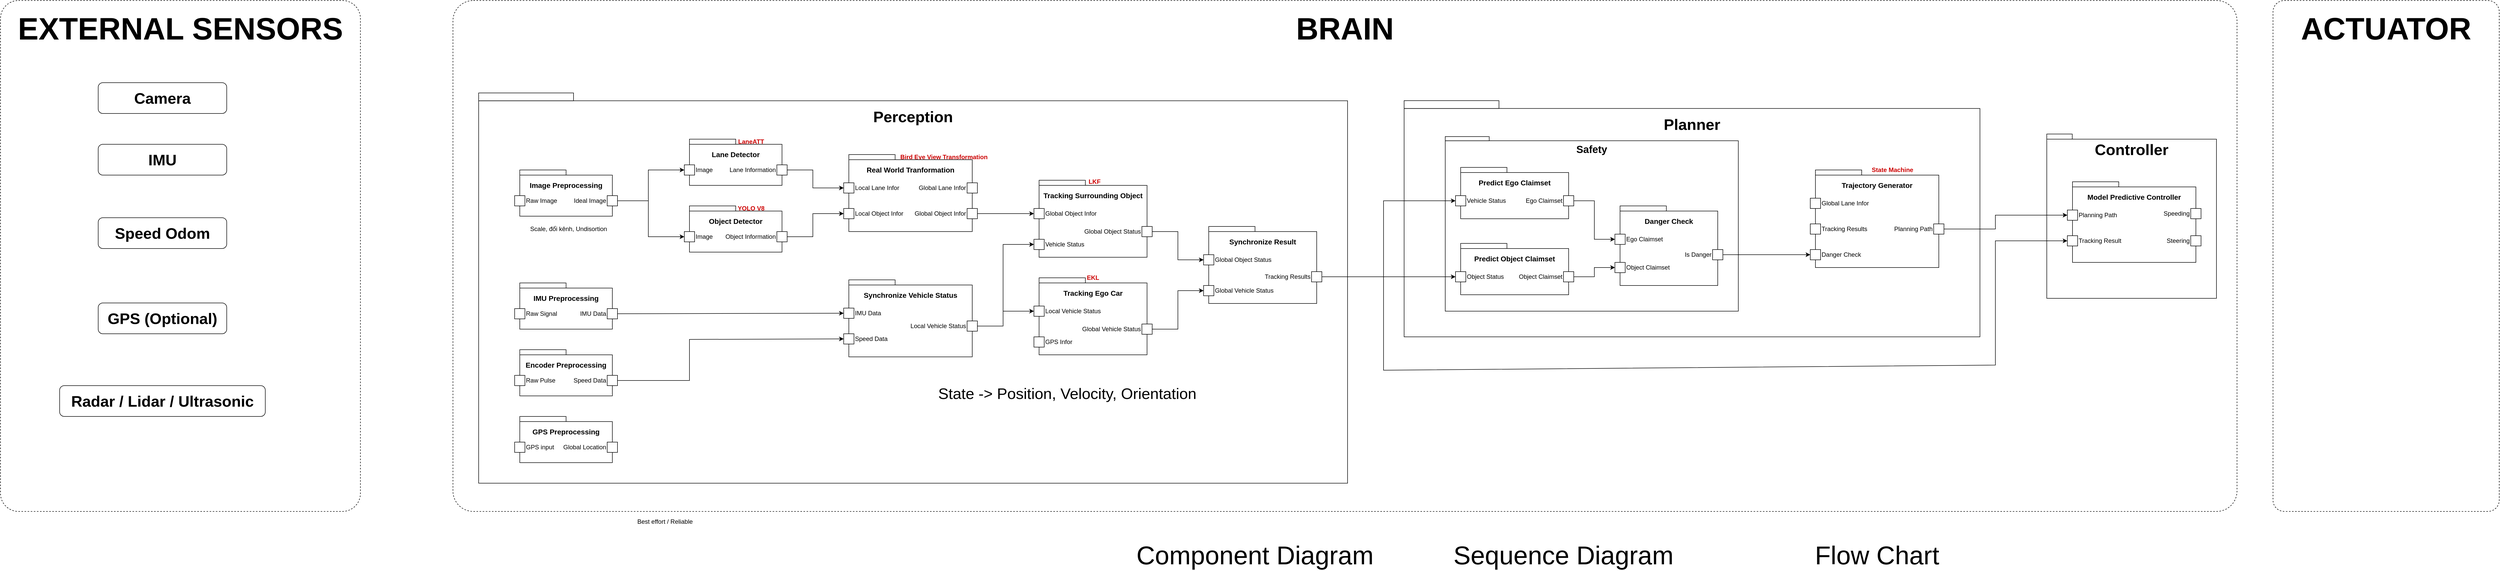
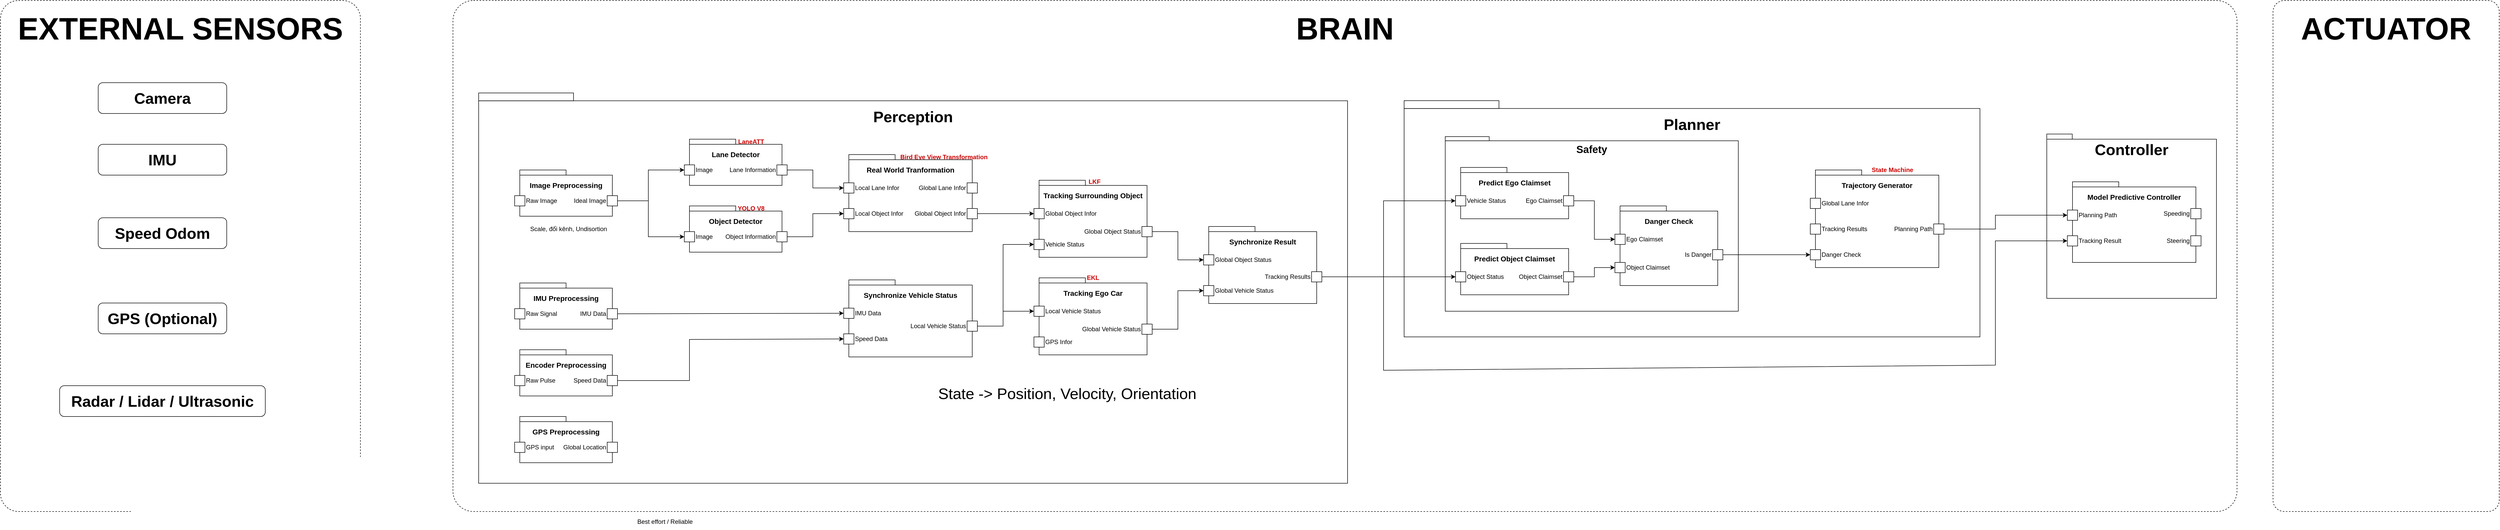
<mxfile host="65bd71144e" pages="2">
    <diagram name="General_Architecture" id="KcDiMC-I45c9lLN1iN-j">
-         <mxGraphModel dx="3758" dy="433" grid="1" gridSize="10" guides="1" tooltips="1" connect="1" arrows="1" fold="1" page="1" pageScale="1" pageWidth="850" pageHeight="1100" math="0" shadow="0">
+         <mxGraphModel dx="5651" dy="1609" grid="1" gridSize="10" guides="1" tooltips="1" connect="1" arrows="1" fold="1" page="1" pageScale="1" pageWidth="850" pageHeight="1100" math="0" shadow="0">
            <root>
                <mxCell id="0"/>
                <mxCell id="1" parent="0"/>
                <mxCell id="zwA29XqZP6eOPJeiwYX6-4" value="" style="rounded=1;whiteSpace=wrap;html=1;dashed=1;arcSize=4;" parent="1" vertex="1">
                    <mxGeometry x="-2440" y="10" width="3470" height="995" as="geometry"/>
                </mxCell>
                <mxCell id="zwA29XqZP6eOPJeiwYX6-354" value="" style="group" parent="1" connectable="0" vertex="1">
                    <mxGeometry x="660" y="270" width="330" height="320" as="geometry"/>
                </mxCell>
                <mxCell id="zwA29XqZP6eOPJeiwYX6-184" value="" style="rounded=0;whiteSpace=wrap;html=1;" parent="zwA29XqZP6eOPJeiwYX6-354" vertex="1">
                    <mxGeometry y="10" width="330" height="310" as="geometry"/>
                </mxCell>
                <mxCell id="zwA29XqZP6eOPJeiwYX6-185" value="" style="rounded=0;whiteSpace=wrap;html=1;" parent="zwA29XqZP6eOPJeiwYX6-354" vertex="1">
                    <mxGeometry width="49.50000000000001" height="10" as="geometry"/>
                </mxCell>
                <mxCell id="zwA29XqZP6eOPJeiwYX6-186" value="&lt;b style=&quot;&quot;&gt;&lt;font style=&quot;font-size: 30px;&quot;&gt;Controller&lt;/font&gt;&lt;/b&gt;" style="text;html=1;whiteSpace=wrap;strokeColor=none;fillColor=none;align=center;verticalAlign=middle;rounded=0;" parent="zwA29XqZP6eOPJeiwYX6-354" vertex="1">
                    <mxGeometry y="15" width="330" height="30" as="geometry"/>
                </mxCell>
                <mxCell id="zwA29XqZP6eOPJeiwYX6-165" value="" style="group" parent="1" connectable="0" vertex="1">
                    <mxGeometry x="-1330" y="310" width="630" height="640" as="geometry"/>
                </mxCell>
                <mxCell id="zwA29XqZP6eOPJeiwYX6-99" value="" style="rounded=0;whiteSpace=wrap;html=1;" parent="zwA29XqZP6eOPJeiwYX6-165" vertex="1">
                    <mxGeometry y="10" width="600" height="410" as="geometry"/>
                </mxCell>
                <mxCell id="zwA29XqZP6eOPJeiwYX6-100" value="" style="rounded=0;whiteSpace=wrap;html=1;" parent="zwA29XqZP6eOPJeiwYX6-165" vertex="1">
                    <mxGeometry width="90" height="10" as="geometry"/>
                </mxCell>
                <mxCell id="zwA29XqZP6eOPJeiwYX6-105" value="&lt;span style=&quot;font-size: 14px;&quot;&gt;&lt;b&gt;Tracking&lt;/b&gt;&lt;/span&gt;" style="text;html=1;whiteSpace=wrap;strokeColor=none;fillColor=none;align=center;verticalAlign=middle;rounded=0;" parent="zwA29XqZP6eOPJeiwYX6-165" vertex="1">
                    <mxGeometry y="15" width="600" height="30" as="geometry"/>
                </mxCell>
                <mxCell id="zwA29XqZP6eOPJeiwYX6-373" value="" style="group" parent="zwA29XqZP6eOPJeiwYX6-165" connectable="0" vertex="1">
                    <mxGeometry x="-1060" y="-120" width="1690" height="760" as="geometry"/>
                </mxCell>
                <mxCell id="zwA29XqZP6eOPJeiwYX6-363" value="" style="rounded=0;whiteSpace=wrap;html=1;movable=1;resizable=1;rotatable=1;deletable=1;editable=1;locked=0;connectable=1;" parent="zwA29XqZP6eOPJeiwYX6-373" vertex="1">
                    <mxGeometry y="15.240000000000009" width="1690" height="744.76" as="geometry"/>
                </mxCell>
                <mxCell id="zwA29XqZP6eOPJeiwYX6-364" value="" style="rounded=0;whiteSpace=wrap;html=1;" parent="zwA29XqZP6eOPJeiwYX6-373" vertex="1">
                    <mxGeometry width="184.5" height="15.238095238095237" as="geometry"/>
                </mxCell>
                <mxCell id="zwA29XqZP6eOPJeiwYX6-365" value="&lt;b style=&quot;&quot;&gt;&lt;font style=&quot;font-size: 30px;&quot;&gt;Perception&lt;/font&gt;&lt;/b&gt;" style="text;html=1;whiteSpace=wrap;strokeColor=none;fillColor=none;align=center;verticalAlign=middle;rounded=0;" parent="zwA29XqZP6eOPJeiwYX6-373" vertex="1">
                    <mxGeometry y="22.8599999999999" width="1690" height="45.71" as="geometry"/>
                </mxCell>
                <mxCell id="zwA29XqZP6eOPJeiwYX6-57" value="" style="group" parent="zwA29XqZP6eOPJeiwYX6-373" connectable="0" vertex="1">
                    <mxGeometry x="70" y="150" width="200" height="90" as="geometry"/>
                </mxCell>
                <mxCell id="zwA29XqZP6eOPJeiwYX6-50" value="" style="rounded=0;whiteSpace=wrap;html=1;" parent="zwA29XqZP6eOPJeiwYX6-57" vertex="1">
                    <mxGeometry x="10" y="10" width="180" height="80" as="geometry"/>
                </mxCell>
                <mxCell id="zwA29XqZP6eOPJeiwYX6-51" value="" style="rounded=0;whiteSpace=wrap;html=1;" parent="zwA29XqZP6eOPJeiwYX6-57" vertex="1">
                    <mxGeometry x="10" width="90" height="10" as="geometry"/>
                </mxCell>
                <mxCell id="zwA29XqZP6eOPJeiwYX6-52" value="" style="whiteSpace=wrap;html=1;aspect=fixed;" parent="zwA29XqZP6eOPJeiwYX6-57" vertex="1">
                    <mxGeometry y="50" width="20" height="20" as="geometry"/>
                </mxCell>
                <mxCell id="zwA29XqZP6eOPJeiwYX6-53" value="Raw Image" style="text;html=1;whiteSpace=wrap;strokeColor=none;fillColor=none;align=left;verticalAlign=middle;rounded=0;" parent="zwA29XqZP6eOPJeiwYX6-57" vertex="1">
                    <mxGeometry x="20" y="45" width="70" height="30" as="geometry"/>
                </mxCell>
                <mxCell id="zwA29XqZP6eOPJeiwYX6-54" value="" style="whiteSpace=wrap;html=1;aspect=fixed;" parent="zwA29XqZP6eOPJeiwYX6-57" vertex="1">
                    <mxGeometry x="180" y="50" width="20" height="20" as="geometry"/>
                </mxCell>
                <mxCell id="zwA29XqZP6eOPJeiwYX6-55" value="Ideal Image" style="text;html=1;whiteSpace=wrap;strokeColor=none;fillColor=none;align=right;verticalAlign=middle;rounded=0;" parent="zwA29XqZP6eOPJeiwYX6-57" vertex="1">
                    <mxGeometry x="110" y="45" width="70" height="30" as="geometry"/>
                </mxCell>
                <mxCell id="zwA29XqZP6eOPJeiwYX6-56" value="&lt;b&gt;&lt;font style=&quot;font-size: 14px;&quot;&gt;Image Preprocessing&lt;/font&gt;&lt;/b&gt;" style="text;html=1;whiteSpace=wrap;strokeColor=none;fillColor=none;align=center;verticalAlign=middle;rounded=0;" parent="zwA29XqZP6eOPJeiwYX6-57" vertex="1">
                    <mxGeometry x="10" y="15" width="180" height="30" as="geometry"/>
                </mxCell>
                <mxCell id="X4AOR_93v3K9nxn3Lkd5-9" value="Scale, đổi kênh, Undisortion" style="text;html=1;whiteSpace=wrap;strokeColor=none;fillColor=none;align=center;verticalAlign=middle;rounded=0;" parent="zwA29XqZP6eOPJeiwYX6-373" vertex="1">
                    <mxGeometry x="80" y="250" width="190" height="30" as="geometry"/>
                </mxCell>
                <mxCell id="X4AOR_93v3K9nxn3Lkd5-13" value="&lt;font style=&quot;font-size: 30px;&quot;&gt;State -&amp;gt; Position, Velocity, Orientation&lt;/font&gt;" style="text;html=1;whiteSpace=wrap;strokeColor=none;fillColor=none;align=center;verticalAlign=middle;rounded=0;" parent="zwA29XqZP6eOPJeiwYX6-373" vertex="1">
                    <mxGeometry x="860" y="570" width="570" height="30" as="geometry"/>
                </mxCell>
                <mxCell id="X4AOR_93v3K9nxn3Lkd5-35" value="&lt;b&gt;&lt;font style=&quot;color: rgb(204, 0, 0);&quot;&gt;LaneATT&lt;/font&gt;&lt;/b&gt;" style="text;html=1;whiteSpace=wrap;strokeColor=none;fillColor=none;align=center;verticalAlign=middle;rounded=0;" parent="zwA29XqZP6eOPJeiwYX6-373" vertex="1">
                    <mxGeometry x="500" y="80" width="60" height="30" as="geometry"/>
                </mxCell>
                <mxCell id="X4AOR_93v3K9nxn3Lkd5-55" value="&lt;b&gt;&lt;font style=&quot;color: rgb(204, 0, 0);&quot;&gt;YOLO V8&lt;/font&gt;&lt;/b&gt;" style="text;html=1;whiteSpace=wrap;strokeColor=none;fillColor=none;align=center;verticalAlign=middle;rounded=0;" parent="zwA29XqZP6eOPJeiwYX6-373" vertex="1">
                    <mxGeometry x="500" y="210" width="60" height="30" as="geometry"/>
                </mxCell>
                <mxCell id="X4AOR_93v3K9nxn3Lkd5-56" value="&lt;b&gt;&lt;font style=&quot;color: rgb(204, 0, 0);&quot;&gt;Bird Eye View Transformation&lt;/font&gt;&lt;/b&gt;" style="text;html=1;whiteSpace=wrap;strokeColor=none;fillColor=none;align=center;verticalAlign=middle;rounded=0;" parent="zwA29XqZP6eOPJeiwYX6-373" vertex="1">
                    <mxGeometry x="810" y="110" width="190" height="30" as="geometry"/>
                </mxCell>
                <mxCell id="X4AOR_93v3K9nxn3Lkd5-57" value="&lt;b&gt;&lt;font style=&quot;color: rgb(204, 0, 0);&quot;&gt;LKF&lt;/font&gt;&lt;/b&gt;" style="text;html=1;whiteSpace=wrap;strokeColor=none;fillColor=none;align=center;verticalAlign=middle;rounded=0;" parent="zwA29XqZP6eOPJeiwYX6-373" vertex="1">
                    <mxGeometry x="1176" y="158" width="44" height="30" as="geometry"/>
                </mxCell>
                <mxCell id="X4AOR_93v3K9nxn3Lkd5-58" value="&lt;b&gt;&lt;font style=&quot;color: rgb(204, 0, 0);&quot;&gt;EKL&lt;/font&gt;&lt;/b&gt;" style="text;html=1;whiteSpace=wrap;strokeColor=none;fillColor=none;align=center;verticalAlign=middle;rounded=0;" parent="zwA29XqZP6eOPJeiwYX6-373" vertex="1">
                    <mxGeometry x="1100" y="345" width="190" height="30" as="geometry"/>
                </mxCell>
                <mxCell id="zwA29XqZP6eOPJeiwYX6-26" value="" style="group" parent="1" connectable="0" vertex="1">
                    <mxGeometry x="-1990" y="280" width="200" height="90" as="geometry"/>
                </mxCell>
                <mxCell id="zwA29XqZP6eOPJeiwYX6-19" value="" style="rounded=0;whiteSpace=wrap;html=1;" parent="zwA29XqZP6eOPJeiwYX6-26" vertex="1">
                    <mxGeometry x="10" y="10" width="180" height="80" as="geometry"/>
                </mxCell>
                <mxCell id="zwA29XqZP6eOPJeiwYX6-20" value="" style="rounded=0;whiteSpace=wrap;html=1;" parent="zwA29XqZP6eOPJeiwYX6-26" vertex="1">
                    <mxGeometry x="10" width="90" height="10" as="geometry"/>
                </mxCell>
                <mxCell id="zwA29XqZP6eOPJeiwYX6-21" value="" style="whiteSpace=wrap;html=1;aspect=fixed;" parent="zwA29XqZP6eOPJeiwYX6-26" vertex="1">
                    <mxGeometry y="50" width="20" height="20" as="geometry"/>
                </mxCell>
                <mxCell id="zwA29XqZP6eOPJeiwYX6-22" value="Image" style="text;html=1;whiteSpace=wrap;strokeColor=none;fillColor=none;align=left;verticalAlign=middle;rounded=0;" parent="zwA29XqZP6eOPJeiwYX6-26" vertex="1">
                    <mxGeometry x="20" y="45" width="60" height="30" as="geometry"/>
                </mxCell>
                <mxCell id="zwA29XqZP6eOPJeiwYX6-23" value="" style="whiteSpace=wrap;html=1;aspect=fixed;" parent="zwA29XqZP6eOPJeiwYX6-26" vertex="1">
                    <mxGeometry x="180" y="50" width="20" height="20" as="geometry"/>
                </mxCell>
                <mxCell id="zwA29XqZP6eOPJeiwYX6-24" value="Lane Information" style="text;html=1;whiteSpace=wrap;strokeColor=none;fillColor=none;align=right;verticalAlign=middle;rounded=0;" parent="zwA29XqZP6eOPJeiwYX6-26" vertex="1">
                    <mxGeometry x="80" y="45" width="100" height="30" as="geometry"/>
                </mxCell>
                <mxCell id="zwA29XqZP6eOPJeiwYX6-25" value="&lt;b&gt;&lt;font style=&quot;font-size: 14px;&quot;&gt;Lane Detector&lt;/font&gt;&lt;/b&gt;" style="text;html=1;whiteSpace=wrap;strokeColor=none;fillColor=none;align=center;verticalAlign=middle;rounded=0;" parent="zwA29XqZP6eOPJeiwYX6-26" vertex="1">
                    <mxGeometry x="10" y="15" width="180" height="30" as="geometry"/>
                </mxCell>
                <mxCell id="zwA29XqZP6eOPJeiwYX6-35" value="" style="rounded=0;whiteSpace=wrap;html=1;" parent="1" vertex="1">
                    <mxGeometry x="-1980" y="420" width="180" height="80" as="geometry"/>
                </mxCell>
                <mxCell id="zwA29XqZP6eOPJeiwYX6-36" value="" style="rounded=0;whiteSpace=wrap;html=1;" parent="1" vertex="1">
                    <mxGeometry x="-1980" y="410" width="90" height="10" as="geometry"/>
                </mxCell>
                <mxCell id="zwA29XqZP6eOPJeiwYX6-37" value="" style="whiteSpace=wrap;html=1;aspect=fixed;" parent="1" vertex="1">
                    <mxGeometry x="-1990" y="460" width="20" height="20" as="geometry"/>
                </mxCell>
                <mxCell id="zwA29XqZP6eOPJeiwYX6-38" value="Image" style="text;html=1;whiteSpace=wrap;strokeColor=none;fillColor=none;align=left;verticalAlign=middle;rounded=0;" parent="1" vertex="1">
                    <mxGeometry x="-1970" y="455" width="60" height="30" as="geometry"/>
                </mxCell>
                <mxCell id="zwA29XqZP6eOPJeiwYX6-39" value="" style="whiteSpace=wrap;html=1;aspect=fixed;" parent="1" vertex="1">
                    <mxGeometry x="-1810" y="460" width="20" height="20" as="geometry"/>
                </mxCell>
                <mxCell id="zwA29XqZP6eOPJeiwYX6-40" value="Object Information" style="text;html=1;whiteSpace=wrap;strokeColor=none;fillColor=none;align=right;verticalAlign=middle;rounded=0;" parent="1" vertex="1">
                    <mxGeometry x="-1920" y="455" width="110" height="30" as="geometry"/>
                </mxCell>
                <mxCell id="zwA29XqZP6eOPJeiwYX6-41" value="&lt;b&gt;&lt;font style=&quot;font-size: 14px;&quot;&gt;Object Detector&lt;/font&gt;&lt;/b&gt;" style="text;html=1;whiteSpace=wrap;strokeColor=none;fillColor=none;align=center;verticalAlign=middle;rounded=0;" parent="1" vertex="1">
                    <mxGeometry x="-1980" y="425" width="180" height="30" as="geometry"/>
                </mxCell>
                <mxCell id="zwA29XqZP6eOPJeiwYX6-69" value="" style="group" parent="1" connectable="0" vertex="1">
                    <mxGeometry x="-1680" y="310" width="260" height="150" as="geometry"/>
                </mxCell>
                <mxCell id="zwA29XqZP6eOPJeiwYX6-58" value="" style="rounded=0;whiteSpace=wrap;html=1;" parent="zwA29XqZP6eOPJeiwYX6-69" vertex="1">
                    <mxGeometry x="10" y="10" width="240" height="140" as="geometry"/>
                </mxCell>
                <mxCell id="zwA29XqZP6eOPJeiwYX6-59" value="" style="rounded=0;whiteSpace=wrap;html=1;" parent="zwA29XqZP6eOPJeiwYX6-69" vertex="1">
                    <mxGeometry x="10" width="90" height="10" as="geometry"/>
                </mxCell>
                <mxCell id="zwA29XqZP6eOPJeiwYX6-60" value="" style="whiteSpace=wrap;html=1;aspect=fixed;" parent="zwA29XqZP6eOPJeiwYX6-69" vertex="1">
                    <mxGeometry y="55" width="20" height="20" as="geometry"/>
                </mxCell>
                <mxCell id="zwA29XqZP6eOPJeiwYX6-61" value="Local Lane Infor" style="text;html=1;whiteSpace=wrap;strokeColor=none;fillColor=none;align=left;verticalAlign=middle;rounded=0;" parent="zwA29XqZP6eOPJeiwYX6-69" vertex="1">
                    <mxGeometry x="20" y="50" width="90" height="30" as="geometry"/>
                </mxCell>
                <mxCell id="zwA29XqZP6eOPJeiwYX6-62" value="" style="whiteSpace=wrap;html=1;aspect=fixed;" parent="zwA29XqZP6eOPJeiwYX6-69" vertex="1">
                    <mxGeometry x="240" y="55" width="20" height="20" as="geometry"/>
                </mxCell>
                <mxCell id="zwA29XqZP6eOPJeiwYX6-63" value="&lt;span style=&quot;text-align: left;&quot;&gt;Global Lane Infor&lt;/span&gt;" style="text;html=1;whiteSpace=wrap;strokeColor=none;fillColor=none;align=right;verticalAlign=middle;rounded=0;" parent="zwA29XqZP6eOPJeiwYX6-69" vertex="1">
                    <mxGeometry x="130" y="50" width="110" height="30" as="geometry"/>
                </mxCell>
                <mxCell id="zwA29XqZP6eOPJeiwYX6-64" value="&lt;span style=&quot;font-size: 14px;&quot;&gt;&lt;b&gt;Real World Tranformation&lt;/b&gt;&lt;/span&gt;" style="text;html=1;whiteSpace=wrap;strokeColor=none;fillColor=none;align=center;verticalAlign=middle;rounded=0;" parent="zwA29XqZP6eOPJeiwYX6-69" vertex="1">
                    <mxGeometry x="10" y="15" width="240" height="30" as="geometry"/>
                </mxCell>
                <mxCell id="zwA29XqZP6eOPJeiwYX6-65" value="" style="whiteSpace=wrap;html=1;aspect=fixed;" parent="zwA29XqZP6eOPJeiwYX6-69" vertex="1">
                    <mxGeometry y="105" width="20" height="20" as="geometry"/>
                </mxCell>
                <mxCell id="zwA29XqZP6eOPJeiwYX6-66" value="Local Object Infor" style="text;html=1;whiteSpace=wrap;strokeColor=none;fillColor=none;align=left;verticalAlign=middle;rounded=0;" parent="zwA29XqZP6eOPJeiwYX6-69" vertex="1">
                    <mxGeometry x="20" y="100" width="100" height="30" as="geometry"/>
                </mxCell>
                <mxCell id="zwA29XqZP6eOPJeiwYX6-67" value="" style="whiteSpace=wrap;html=1;aspect=fixed;" parent="zwA29XqZP6eOPJeiwYX6-69" vertex="1">
                    <mxGeometry x="240" y="105" width="20" height="20" as="geometry"/>
                </mxCell>
                <mxCell id="zwA29XqZP6eOPJeiwYX6-68" value="&lt;span style=&quot;text-align: left;&quot;&gt;Global Object Infor&lt;/span&gt;" style="text;html=1;whiteSpace=wrap;strokeColor=none;fillColor=none;align=right;verticalAlign=middle;rounded=0;" parent="zwA29XqZP6eOPJeiwYX6-69" vertex="1">
                    <mxGeometry x="130" y="100" width="110" height="30" as="geometry"/>
                </mxCell>
                <mxCell id="zwA29XqZP6eOPJeiwYX6-70" value="" style="group" parent="1" connectable="0" vertex="1">
                    <mxGeometry x="-2320" y="560" width="200" height="90" as="geometry"/>
                </mxCell>
                <mxCell id="zwA29XqZP6eOPJeiwYX6-71" value="" style="rounded=0;whiteSpace=wrap;html=1;" parent="zwA29XqZP6eOPJeiwYX6-70" vertex="1">
                    <mxGeometry x="10" y="10" width="180" height="80" as="geometry"/>
                </mxCell>
                <mxCell id="zwA29XqZP6eOPJeiwYX6-72" value="" style="rounded=0;whiteSpace=wrap;html=1;" parent="zwA29XqZP6eOPJeiwYX6-70" vertex="1">
                    <mxGeometry x="10" width="90" height="10" as="geometry"/>
                </mxCell>
                <mxCell id="zwA29XqZP6eOPJeiwYX6-73" value="" style="whiteSpace=wrap;html=1;aspect=fixed;" parent="zwA29XqZP6eOPJeiwYX6-70" vertex="1">
                    <mxGeometry y="50" width="20" height="20" as="geometry"/>
                </mxCell>
                <mxCell id="zwA29XqZP6eOPJeiwYX6-74" value="Raw Signal" style="text;html=1;whiteSpace=wrap;strokeColor=none;fillColor=none;align=left;verticalAlign=middle;rounded=0;" parent="zwA29XqZP6eOPJeiwYX6-70" vertex="1">
                    <mxGeometry x="20" y="45" width="70" height="30" as="geometry"/>
                </mxCell>
                <mxCell id="zwA29XqZP6eOPJeiwYX6-75" value="" style="whiteSpace=wrap;html=1;aspect=fixed;" parent="zwA29XqZP6eOPJeiwYX6-70" vertex="1">
                    <mxGeometry x="180" y="50" width="20" height="20" as="geometry"/>
                </mxCell>
                <mxCell id="zwA29XqZP6eOPJeiwYX6-76" value="IMU Data" style="text;html=1;whiteSpace=wrap;strokeColor=none;fillColor=none;align=right;verticalAlign=middle;rounded=0;" parent="zwA29XqZP6eOPJeiwYX6-70" vertex="1">
                    <mxGeometry x="110" y="45" width="70" height="30" as="geometry"/>
                </mxCell>
                <mxCell id="zwA29XqZP6eOPJeiwYX6-77" value="&lt;b&gt;&lt;font style=&quot;font-size: 14px;&quot;&gt;IMU Preprocessing&lt;/font&gt;&lt;/b&gt;" style="text;html=1;whiteSpace=wrap;strokeColor=none;fillColor=none;align=center;verticalAlign=middle;rounded=0;" parent="zwA29XqZP6eOPJeiwYX6-70" vertex="1">
                    <mxGeometry x="10" y="15" width="180" height="30" as="geometry"/>
                </mxCell>
                <mxCell id="zwA29XqZP6eOPJeiwYX6-78" value="" style="group" parent="1" connectable="0" vertex="1">
                    <mxGeometry x="-2320" y="820" width="200" height="90" as="geometry"/>
                </mxCell>
                <mxCell id="zwA29XqZP6eOPJeiwYX6-79" value="" style="rounded=0;whiteSpace=wrap;html=1;" parent="zwA29XqZP6eOPJeiwYX6-78" vertex="1">
                    <mxGeometry x="10" y="10" width="180" height="80" as="geometry"/>
                </mxCell>
                <mxCell id="zwA29XqZP6eOPJeiwYX6-80" value="" style="rounded=0;whiteSpace=wrap;html=1;" parent="zwA29XqZP6eOPJeiwYX6-78" vertex="1">
                    <mxGeometry x="10" width="90" height="10" as="geometry"/>
                </mxCell>
                <mxCell id="zwA29XqZP6eOPJeiwYX6-81" value="" style="whiteSpace=wrap;html=1;aspect=fixed;" parent="zwA29XqZP6eOPJeiwYX6-78" vertex="1">
                    <mxGeometry y="50" width="20" height="20" as="geometry"/>
                </mxCell>
                <mxCell id="zwA29XqZP6eOPJeiwYX6-82" value="GPS input" style="text;html=1;whiteSpace=wrap;strokeColor=none;fillColor=none;align=left;verticalAlign=middle;rounded=0;" parent="zwA29XqZP6eOPJeiwYX6-78" vertex="1">
                    <mxGeometry x="20" y="45" width="70" height="30" as="geometry"/>
                </mxCell>
                <mxCell id="zwA29XqZP6eOPJeiwYX6-83" value="" style="whiteSpace=wrap;html=1;aspect=fixed;" parent="zwA29XqZP6eOPJeiwYX6-78" vertex="1">
                    <mxGeometry x="180" y="50" width="20" height="20" as="geometry"/>
                </mxCell>
                <mxCell id="zwA29XqZP6eOPJeiwYX6-84" value="Global Location" style="text;html=1;whiteSpace=wrap;strokeColor=none;fillColor=none;align=right;verticalAlign=middle;rounded=0;" parent="zwA29XqZP6eOPJeiwYX6-78" vertex="1">
                    <mxGeometry x="90" y="45" width="90" height="30" as="geometry"/>
                </mxCell>
                <mxCell id="zwA29XqZP6eOPJeiwYX6-85" value="&lt;b&gt;&lt;font style=&quot;font-size: 14px;&quot;&gt;GPS Preprocessing&lt;/font&gt;&lt;/b&gt;" style="text;html=1;whiteSpace=wrap;strokeColor=none;fillColor=none;align=center;verticalAlign=middle;rounded=0;" parent="zwA29XqZP6eOPJeiwYX6-78" vertex="1">
                    <mxGeometry x="10" y="15" width="180" height="30" as="geometry"/>
                </mxCell>
                <mxCell id="zwA29XqZP6eOPJeiwYX6-113" value="" style="rounded=0;whiteSpace=wrap;html=1;" parent="1" vertex="1">
                    <mxGeometry x="-1300" y="370" width="210" height="140" as="geometry"/>
                </mxCell>
                <mxCell id="zwA29XqZP6eOPJeiwYX6-114" value="" style="rounded=0;whiteSpace=wrap;html=1;" parent="1" vertex="1">
                    <mxGeometry x="-1300" y="360" width="90" height="10" as="geometry"/>
                </mxCell>
                <mxCell id="zwA29XqZP6eOPJeiwYX6-115" value="" style="whiteSpace=wrap;html=1;aspect=fixed;" parent="1" vertex="1">
                    <mxGeometry x="-1310" y="415" width="20" height="20" as="geometry"/>
                </mxCell>
                <mxCell id="zwA29XqZP6eOPJeiwYX6-116" value="Global Object Infor" style="text;html=1;whiteSpace=wrap;strokeColor=none;fillColor=none;align=left;verticalAlign=middle;rounded=0;" parent="1" vertex="1">
                    <mxGeometry x="-1290" y="410" width="110" height="30" as="geometry"/>
                </mxCell>
                <mxCell id="zwA29XqZP6eOPJeiwYX6-117" value="" style="whiteSpace=wrap;html=1;aspect=fixed;" parent="1" vertex="1">
                    <mxGeometry x="-1100" y="450" width="20" height="20" as="geometry"/>
                </mxCell>
                <mxCell id="zwA29XqZP6eOPJeiwYX6-118" value="&lt;span style=&quot;text-align: left;&quot;&gt;Global Object Status&lt;/span&gt;" style="text;html=1;whiteSpace=wrap;strokeColor=none;fillColor=none;align=right;verticalAlign=middle;rounded=0;" parent="1" vertex="1">
                    <mxGeometry x="-1220" y="445" width="120" height="30" as="geometry"/>
                </mxCell>
                <mxCell id="zwA29XqZP6eOPJeiwYX6-119" value="&lt;span style=&quot;font-size: 14px;&quot;&gt;&lt;b&gt;Tracking Surrounding Object&lt;/b&gt;&lt;/span&gt;" style="text;html=1;whiteSpace=wrap;strokeColor=none;fillColor=none;align=center;verticalAlign=middle;rounded=0;" parent="1" vertex="1">
                    <mxGeometry x="-1300" y="375" width="210" height="30" as="geometry"/>
                </mxCell>
                <mxCell id="zwA29XqZP6eOPJeiwYX6-120" value="" style="whiteSpace=wrap;html=1;aspect=fixed;" parent="1" vertex="1">
                    <mxGeometry x="-1310" y="475" width="20" height="20" as="geometry"/>
                </mxCell>
                <mxCell id="zwA29XqZP6eOPJeiwYX6-121" value="Vehicle Status" style="text;html=1;whiteSpace=wrap;strokeColor=none;fillColor=none;align=left;verticalAlign=middle;rounded=0;" parent="1" vertex="1">
                    <mxGeometry x="-1290" y="470" width="100" height="30" as="geometry"/>
                </mxCell>
                <mxCell id="zwA29XqZP6eOPJeiwYX6-146" value="" style="rounded=0;whiteSpace=wrap;html=1;" parent="1" vertex="1">
                    <mxGeometry x="-1300" y="560" width="210" height="140" as="geometry"/>
                </mxCell>
                <mxCell id="zwA29XqZP6eOPJeiwYX6-147" value="" style="rounded=0;whiteSpace=wrap;html=1;" parent="1" vertex="1">
                    <mxGeometry x="-1300" y="550" width="90" height="10" as="geometry"/>
                </mxCell>
                <mxCell id="zwA29XqZP6eOPJeiwYX6-148" value="" style="whiteSpace=wrap;html=1;aspect=fixed;" parent="1" vertex="1">
                    <mxGeometry x="-1310" y="605" width="20" height="20" as="geometry"/>
                </mxCell>
                <mxCell id="zwA29XqZP6eOPJeiwYX6-149" value="Local Vehicle Status" style="text;html=1;whiteSpace=wrap;strokeColor=none;fillColor=none;align=left;verticalAlign=middle;rounded=0;" parent="1" vertex="1">
                    <mxGeometry x="-1290" y="600" width="120" height="30" as="geometry"/>
                </mxCell>
                <mxCell id="zwA29XqZP6eOPJeiwYX6-150" value="" style="whiteSpace=wrap;html=1;aspect=fixed;" parent="1" vertex="1">
                    <mxGeometry x="-1100" y="640" width="20" height="20" as="geometry"/>
                </mxCell>
                <mxCell id="zwA29XqZP6eOPJeiwYX6-151" value="&lt;div style=&quot;text-align: left;&quot;&gt;&lt;span style=&quot;background-color: transparent; color: light-dark(rgb(0, 0, 0), rgb(255, 255, 255));&quot;&gt;Global Vehicle Status&lt;/span&gt;&lt;/div&gt;" style="text;html=1;whiteSpace=wrap;strokeColor=none;fillColor=none;align=right;verticalAlign=middle;rounded=0;" parent="1" vertex="1">
                    <mxGeometry x="-1220" y="635" width="120" height="30" as="geometry"/>
                </mxCell>
                <mxCell id="zwA29XqZP6eOPJeiwYX6-152" value="&lt;span style=&quot;font-size: 14px;&quot;&gt;&lt;b&gt;Tracking Ego Car&lt;/b&gt;&lt;/span&gt;" style="text;html=1;whiteSpace=wrap;strokeColor=none;fillColor=none;align=center;verticalAlign=middle;rounded=0;" parent="1" vertex="1">
                    <mxGeometry x="-1300" y="565" width="210" height="30" as="geometry"/>
                </mxCell>
                <mxCell id="zwA29XqZP6eOPJeiwYX6-153" value="" style="whiteSpace=wrap;html=1;aspect=fixed;" parent="1" vertex="1">
                    <mxGeometry x="-1310" y="665" width="20" height="20" as="geometry"/>
                </mxCell>
                <mxCell id="zwA29XqZP6eOPJeiwYX6-154" value="GPS Infor" style="text;html=1;whiteSpace=wrap;strokeColor=none;fillColor=none;align=left;verticalAlign=middle;rounded=0;" parent="1" vertex="1">
                    <mxGeometry x="-1290" y="660" width="100" height="30" as="geometry"/>
                </mxCell>
                <mxCell id="zwA29XqZP6eOPJeiwYX6-156" value="" style="rounded=0;whiteSpace=wrap;html=1;" parent="1" vertex="1">
                    <mxGeometry x="-970" y="460" width="210" height="140" as="geometry"/>
                </mxCell>
                <mxCell id="zwA29XqZP6eOPJeiwYX6-157" value="" style="rounded=0;whiteSpace=wrap;html=1;" parent="1" vertex="1">
                    <mxGeometry x="-970" y="450" width="90" height="10" as="geometry"/>
                </mxCell>
                <mxCell id="zwA29XqZP6eOPJeiwYX6-158" value="" style="whiteSpace=wrap;html=1;aspect=fixed;" parent="1" vertex="1">
                    <mxGeometry x="-980" y="505" width="20" height="20" as="geometry"/>
                </mxCell>
                <mxCell id="zwA29XqZP6eOPJeiwYX6-159" value="Global Object Status" style="text;html=1;whiteSpace=wrap;strokeColor=none;fillColor=none;align=left;verticalAlign=middle;rounded=0;" parent="1" vertex="1">
                    <mxGeometry x="-960" y="500" width="130" height="30" as="geometry"/>
                </mxCell>
                <mxCell id="zwA29XqZP6eOPJeiwYX6-160" value="" style="whiteSpace=wrap;html=1;aspect=fixed;" parent="1" vertex="1">
                    <mxGeometry x="-770" y="538" width="20" height="20" as="geometry"/>
                </mxCell>
                <mxCell id="zwA29XqZP6eOPJeiwYX6-161" value="&lt;div style=&quot;text-align: left;&quot;&gt;&lt;span style=&quot;background-color: transparent; color: light-dark(rgb(0, 0, 0), rgb(255, 255, 255));&quot;&gt;Tracking Results&lt;/span&gt;&lt;/div&gt;" style="text;html=1;whiteSpace=wrap;strokeColor=none;fillColor=none;align=right;verticalAlign=middle;rounded=0;" parent="1" vertex="1">
                    <mxGeometry x="-880" y="533" width="110" height="30" as="geometry"/>
                </mxCell>
                <mxCell id="zwA29XqZP6eOPJeiwYX6-162" value="&lt;span style=&quot;font-size: 14px;&quot;&gt;&lt;b&gt;Synchronize Result&lt;/b&gt;&lt;/span&gt;" style="text;html=1;whiteSpace=wrap;strokeColor=none;fillColor=none;align=center;verticalAlign=middle;rounded=0;" parent="1" vertex="1">
                    <mxGeometry x="-970" y="465" width="210" height="30" as="geometry"/>
                </mxCell>
                <mxCell id="zwA29XqZP6eOPJeiwYX6-163" value="" style="whiteSpace=wrap;html=1;aspect=fixed;" parent="1" vertex="1">
                    <mxGeometry x="-980" y="565" width="20" height="20" as="geometry"/>
                </mxCell>
                <mxCell id="zwA29XqZP6eOPJeiwYX6-164" value="Global Vehicle Status" style="text;html=1;whiteSpace=wrap;strokeColor=none;fillColor=none;align=left;verticalAlign=middle;rounded=0;" parent="1" vertex="1">
                    <mxGeometry x="-960" y="560" width="120" height="30" as="geometry"/>
                </mxCell>
                <mxCell id="zwA29XqZP6eOPJeiwYX6-189" value="" style="group" parent="1" connectable="0" vertex="1">
                    <mxGeometry x="-1680" y="554" width="260" height="150" as="geometry"/>
                </mxCell>
                <mxCell id="zwA29XqZP6eOPJeiwYX6-168" value="" style="rounded=0;whiteSpace=wrap;html=1;" parent="zwA29XqZP6eOPJeiwYX6-189" vertex="1">
                    <mxGeometry x="10" y="10" width="240" height="140" as="geometry"/>
                </mxCell>
                <mxCell id="zwA29XqZP6eOPJeiwYX6-169" value="" style="rounded=0;whiteSpace=wrap;html=1;" parent="zwA29XqZP6eOPJeiwYX6-189" vertex="1">
                    <mxGeometry x="10" width="90" height="10" as="geometry"/>
                </mxCell>
                <mxCell id="zwA29XqZP6eOPJeiwYX6-170" value="" style="whiteSpace=wrap;html=1;aspect=fixed;" parent="zwA29XqZP6eOPJeiwYX6-189" vertex="1">
                    <mxGeometry y="55" width="20" height="20" as="geometry"/>
                </mxCell>
                <mxCell id="zwA29XqZP6eOPJeiwYX6-171" value="IMU Data" style="text;html=1;whiteSpace=wrap;strokeColor=none;fillColor=none;align=left;verticalAlign=middle;rounded=0;" parent="zwA29XqZP6eOPJeiwYX6-189" vertex="1">
                    <mxGeometry x="20" y="50" width="90" height="30" as="geometry"/>
                </mxCell>
                <mxCell id="zwA29XqZP6eOPJeiwYX6-172" value="" style="whiteSpace=wrap;html=1;aspect=fixed;" parent="zwA29XqZP6eOPJeiwYX6-189" vertex="1">
                    <mxGeometry x="240" y="80" width="20" height="20" as="geometry"/>
                </mxCell>
                <mxCell id="zwA29XqZP6eOPJeiwYX6-173" value="&lt;div style=&quot;text-align: left;&quot;&gt;&lt;span style=&quot;background-color: transparent; color: light-dark(rgb(0, 0, 0), rgb(255, 255, 255));&quot;&gt;Local Vehicle Status&lt;/span&gt;&lt;/div&gt;" style="text;html=1;whiteSpace=wrap;strokeColor=none;fillColor=none;align=right;verticalAlign=middle;rounded=0;" parent="zwA29XqZP6eOPJeiwYX6-189" vertex="1">
                    <mxGeometry x="120" y="75" width="120" height="30" as="geometry"/>
                </mxCell>
                <mxCell id="zwA29XqZP6eOPJeiwYX6-174" value="&lt;span style=&quot;font-size: 14px;&quot;&gt;&lt;b&gt;Synchronize Vehicle Status&lt;/b&gt;&lt;/span&gt;" style="text;html=1;whiteSpace=wrap;strokeColor=none;fillColor=none;align=center;verticalAlign=middle;rounded=0;" parent="zwA29XqZP6eOPJeiwYX6-189" vertex="1">
                    <mxGeometry x="10" y="15" width="240" height="30" as="geometry"/>
                </mxCell>
                <mxCell id="zwA29XqZP6eOPJeiwYX6-175" value="" style="whiteSpace=wrap;html=1;aspect=fixed;" parent="zwA29XqZP6eOPJeiwYX6-189" vertex="1">
                    <mxGeometry y="105" width="20" height="20" as="geometry"/>
                </mxCell>
                <mxCell id="zwA29XqZP6eOPJeiwYX6-176" value="Speed Data" style="text;html=1;whiteSpace=wrap;strokeColor=none;fillColor=none;align=left;verticalAlign=middle;rounded=0;" parent="zwA29XqZP6eOPJeiwYX6-189" vertex="1">
                    <mxGeometry x="20" y="100" width="100" height="30" as="geometry"/>
                </mxCell>
                <mxCell id="zwA29XqZP6eOPJeiwYX6-337" value="" style="rounded=0;whiteSpace=wrap;html=1;" parent="1" vertex="1">
                    <mxGeometry x="710" y="373" width="240" height="147" as="geometry"/>
                </mxCell>
                <mxCell id="zwA29XqZP6eOPJeiwYX6-338" value="" style="rounded=0;whiteSpace=wrap;html=1;" parent="1" vertex="1">
                    <mxGeometry x="710" y="363" width="90" height="10" as="geometry"/>
                </mxCell>
                <mxCell id="zwA29XqZP6eOPJeiwYX6-339" value="" style="whiteSpace=wrap;html=1;aspect=fixed;" parent="1" vertex="1">
                    <mxGeometry x="700" y="418" width="20" height="20" as="geometry"/>
                </mxCell>
                <mxCell id="zwA29XqZP6eOPJeiwYX6-340" value="Planning Path" style="text;html=1;whiteSpace=wrap;strokeColor=none;fillColor=none;align=left;verticalAlign=middle;rounded=0;" parent="1" vertex="1">
                    <mxGeometry x="720" y="413" width="100" height="30" as="geometry"/>
                </mxCell>
                <mxCell id="zwA29XqZP6eOPJeiwYX6-341" value="" style="whiteSpace=wrap;html=1;aspect=fixed;" parent="1" vertex="1">
                    <mxGeometry x="940" y="415" width="20" height="20" as="geometry"/>
                </mxCell>
                <mxCell id="zwA29XqZP6eOPJeiwYX6-342" value="&lt;div style=&quot;text-align: left;&quot;&gt;Speeding&lt;/div&gt;" style="text;html=1;whiteSpace=wrap;strokeColor=none;fillColor=none;align=right;verticalAlign=middle;rounded=0;" parent="1" vertex="1">
                    <mxGeometry x="820" y="410" width="120" height="30" as="geometry"/>
                </mxCell>
                <mxCell id="zwA29XqZP6eOPJeiwYX6-343" value="&lt;span style=&quot;font-size: 14px;&quot;&gt;&lt;b&gt;Model Predictive Controller&lt;/b&gt;&lt;/span&gt;" style="text;html=1;whiteSpace=wrap;strokeColor=none;fillColor=none;align=center;verticalAlign=middle;rounded=0;" parent="1" vertex="1">
                    <mxGeometry x="710" y="378" width="240" height="30" as="geometry"/>
                </mxCell>
                <mxCell id="zwA29XqZP6eOPJeiwYX6-344" value="" style="whiteSpace=wrap;html=1;aspect=fixed;" parent="1" vertex="1">
                    <mxGeometry x="700" y="468" width="20" height="20" as="geometry"/>
                </mxCell>
                <mxCell id="zwA29XqZP6eOPJeiwYX6-345" value="Tracking Result" style="text;html=1;whiteSpace=wrap;strokeColor=none;fillColor=none;align=left;verticalAlign=middle;rounded=0;" parent="1" vertex="1">
                    <mxGeometry x="720" y="463" width="100" height="30" as="geometry"/>
                </mxCell>
                <mxCell id="zwA29XqZP6eOPJeiwYX6-352" value="" style="whiteSpace=wrap;html=1;aspect=fixed;" parent="1" vertex="1">
                    <mxGeometry x="940" y="468" width="20" height="20" as="geometry"/>
                </mxCell>
                <mxCell id="zwA29XqZP6eOPJeiwYX6-353" value="&lt;div style=&quot;text-align: left;&quot;&gt;Steering&lt;/div&gt;" style="text;html=1;whiteSpace=wrap;strokeColor=none;fillColor=none;align=right;verticalAlign=middle;rounded=0;" parent="1" vertex="1">
                    <mxGeometry x="820" y="463" width="120" height="30" as="geometry"/>
                </mxCell>
                <mxCell id="zwA29XqZP6eOPJeiwYX6-355" value="" style="group" parent="1" connectable="0" vertex="1">
                    <mxGeometry x="-2320" y="690" width="200" height="90" as="geometry"/>
                </mxCell>
                <mxCell id="zwA29XqZP6eOPJeiwYX6-356" value="" style="rounded=0;whiteSpace=wrap;html=1;" parent="zwA29XqZP6eOPJeiwYX6-355" vertex="1">
                    <mxGeometry x="10" y="10" width="180" height="80" as="geometry"/>
                </mxCell>
                <mxCell id="zwA29XqZP6eOPJeiwYX6-357" value="" style="rounded=0;whiteSpace=wrap;html=1;" parent="zwA29XqZP6eOPJeiwYX6-355" vertex="1">
                    <mxGeometry x="10" width="90" height="10" as="geometry"/>
                </mxCell>
                <mxCell id="zwA29XqZP6eOPJeiwYX6-358" value="" style="whiteSpace=wrap;html=1;aspect=fixed;" parent="zwA29XqZP6eOPJeiwYX6-355" vertex="1">
                    <mxGeometry y="50" width="20" height="20" as="geometry"/>
                </mxCell>
                <mxCell id="zwA29XqZP6eOPJeiwYX6-359" value="Raw Pulse" style="text;html=1;whiteSpace=wrap;strokeColor=none;fillColor=none;align=left;verticalAlign=middle;rounded=0;" parent="zwA29XqZP6eOPJeiwYX6-355" vertex="1">
                    <mxGeometry x="20" y="45" width="70" height="30" as="geometry"/>
                </mxCell>
                <mxCell id="zwA29XqZP6eOPJeiwYX6-360" value="" style="whiteSpace=wrap;html=1;aspect=fixed;" parent="zwA29XqZP6eOPJeiwYX6-355" vertex="1">
                    <mxGeometry x="180" y="50" width="20" height="20" as="geometry"/>
                </mxCell>
                <mxCell id="zwA29XqZP6eOPJeiwYX6-361" value="Speed Data" style="text;html=1;whiteSpace=wrap;strokeColor=none;fillColor=none;align=right;verticalAlign=middle;rounded=0;" parent="zwA29XqZP6eOPJeiwYX6-355" vertex="1">
                    <mxGeometry x="110" y="45" width="70" height="30" as="geometry"/>
                </mxCell>
                <mxCell id="zwA29XqZP6eOPJeiwYX6-362" value="&lt;b&gt;&lt;font style=&quot;font-size: 14px;&quot;&gt;Encoder Preprocessing&lt;/font&gt;&lt;/b&gt;" style="text;html=1;whiteSpace=wrap;strokeColor=none;fillColor=none;align=center;verticalAlign=middle;rounded=0;" parent="zwA29XqZP6eOPJeiwYX6-355" vertex="1">
                    <mxGeometry x="10" y="15" width="180" height="30" as="geometry"/>
                </mxCell>
                <mxCell id="zwA29XqZP6eOPJeiwYX6-371" value="" style="group" parent="1" connectable="0" vertex="1">
                    <mxGeometry x="-590" y="205" width="1120" height="460" as="geometry"/>
                </mxCell>
                <mxCell id="zwA29XqZP6eOPJeiwYX6-370" value="" style="group" parent="zwA29XqZP6eOPJeiwYX6-371" connectable="0" vertex="1">
                    <mxGeometry width="1120" height="460" as="geometry"/>
                </mxCell>
                <mxCell id="zwA29XqZP6eOPJeiwYX6-180" value="" style="rounded=0;whiteSpace=wrap;html=1;movable=1;resizable=1;rotatable=1;deletable=1;editable=1;locked=0;connectable=1;" parent="zwA29XqZP6eOPJeiwYX6-370" vertex="1">
                    <mxGeometry y="15.240000000000009" width="1120" height="444.76" as="geometry"/>
                </mxCell>
                <mxCell id="zwA29XqZP6eOPJeiwYX6-181" value="" style="rounded=0;whiteSpace=wrap;html=1;" parent="zwA29XqZP6eOPJeiwYX6-370" vertex="1">
                    <mxGeometry width="184.5" height="15.238095238095237" as="geometry"/>
                </mxCell>
                <mxCell id="zwA29XqZP6eOPJeiwYX6-182" value="&lt;b style=&quot;&quot;&gt;&lt;font style=&quot;font-size: 30px;&quot;&gt;Planner&lt;/font&gt;&lt;/b&gt;" style="text;html=1;whiteSpace=wrap;strokeColor=none;fillColor=none;align=center;verticalAlign=middle;rounded=0;" parent="zwA29XqZP6eOPJeiwYX6-370" vertex="1">
                    <mxGeometry y="22.8599999999999" width="1120" height="45.71" as="geometry"/>
                </mxCell>
                <mxCell id="zwA29XqZP6eOPJeiwYX6-349" value="" style="group" parent="zwA29XqZP6eOPJeiwYX6-371" connectable="0" vertex="1">
                    <mxGeometry x="80" y="70" width="570" height="340" as="geometry"/>
                </mxCell>
                <mxCell id="zwA29XqZP6eOPJeiwYX6-268" value="" style="group" parent="zwA29XqZP6eOPJeiwYX6-349" connectable="0" vertex="1">
                    <mxGeometry width="570" height="340" as="geometry"/>
                </mxCell>
                <mxCell id="zwA29XqZP6eOPJeiwYX6-265" value="" style="rounded=0;whiteSpace=wrap;html=1;" parent="zwA29XqZP6eOPJeiwYX6-268" vertex="1">
                    <mxGeometry y="8.095238095238095" width="569.9999999999999" height="331.9047619047619" as="geometry"/>
                </mxCell>
                <mxCell id="zwA29XqZP6eOPJeiwYX6-266" value="" style="rounded=0;whiteSpace=wrap;html=1;" parent="zwA29XqZP6eOPJeiwYX6-268" vertex="1">
                    <mxGeometry width="85.5" height="8.095238095238095" as="geometry"/>
                </mxCell>
                <mxCell id="zwA29XqZP6eOPJeiwYX6-267" value="&lt;b style=&quot;&quot;&gt;&lt;font style=&quot;font-size: 20px;&quot;&gt;Safety&lt;/font&gt;&lt;/b&gt;" style="text;html=1;whiteSpace=wrap;strokeColor=none;fillColor=none;align=center;verticalAlign=middle;rounded=0;" parent="zwA29XqZP6eOPJeiwYX6-268" vertex="1">
                    <mxGeometry y="12.142857142857142" width="569.9999999999999" height="24.285714285714285" as="geometry"/>
                </mxCell>
                <mxCell id="zwA29XqZP6eOPJeiwYX6-239" value="" style="rounded=0;whiteSpace=wrap;html=1;" parent="zwA29XqZP6eOPJeiwYX6-349" vertex="1">
                    <mxGeometry x="30" y="70" width="210" height="90" as="geometry"/>
                </mxCell>
                <mxCell id="zwA29XqZP6eOPJeiwYX6-240" value="" style="rounded=0;whiteSpace=wrap;html=1;" parent="zwA29XqZP6eOPJeiwYX6-349" vertex="1">
                    <mxGeometry x="30" y="60" width="90" height="10" as="geometry"/>
                </mxCell>
                <mxCell id="zwA29XqZP6eOPJeiwYX6-241" value="" style="whiteSpace=wrap;html=1;aspect=fixed;" parent="zwA29XqZP6eOPJeiwYX6-349" vertex="1">
                    <mxGeometry x="20" y="115" width="20" height="20" as="geometry"/>
                </mxCell>
                <mxCell id="zwA29XqZP6eOPJeiwYX6-242" value="Vehicle Status" style="text;html=1;whiteSpace=wrap;strokeColor=none;fillColor=none;align=left;verticalAlign=middle;rounded=0;" parent="zwA29XqZP6eOPJeiwYX6-349" vertex="1">
                    <mxGeometry x="40" y="110" width="100" height="30" as="geometry"/>
                </mxCell>
                <mxCell id="zwA29XqZP6eOPJeiwYX6-243" value="" style="whiteSpace=wrap;html=1;aspect=fixed;" parent="zwA29XqZP6eOPJeiwYX6-349" vertex="1">
                    <mxGeometry x="230" y="115" width="20" height="20" as="geometry"/>
                </mxCell>
                <mxCell id="zwA29XqZP6eOPJeiwYX6-244" value="&lt;div style=&quot;text-align: left;&quot;&gt;Ego Claimset&lt;/div&gt;" style="text;html=1;whiteSpace=wrap;strokeColor=none;fillColor=none;align=right;verticalAlign=middle;rounded=0;" parent="zwA29XqZP6eOPJeiwYX6-349" vertex="1">
                    <mxGeometry x="110" y="110" width="120" height="30" as="geometry"/>
                </mxCell>
                <mxCell id="zwA29XqZP6eOPJeiwYX6-245" value="&lt;span style=&quot;font-size: 14px;&quot;&gt;&lt;b&gt;Predict Ego Claimset&lt;/b&gt;&lt;/span&gt;" style="text;html=1;whiteSpace=wrap;strokeColor=none;fillColor=none;align=center;verticalAlign=middle;rounded=0;" parent="zwA29XqZP6eOPJeiwYX6-349" vertex="1">
                    <mxGeometry x="30" y="75" width="210" height="30" as="geometry"/>
                </mxCell>
                <mxCell id="zwA29XqZP6eOPJeiwYX6-248" value="" style="rounded=0;whiteSpace=wrap;html=1;" parent="zwA29XqZP6eOPJeiwYX6-349" vertex="1">
                    <mxGeometry x="30" y="218" width="210" height="90" as="geometry"/>
                </mxCell>
                <mxCell id="zwA29XqZP6eOPJeiwYX6-249" value="" style="rounded=0;whiteSpace=wrap;html=1;" parent="zwA29XqZP6eOPJeiwYX6-349" vertex="1">
                    <mxGeometry x="30" y="208" width="90" height="10" as="geometry"/>
                </mxCell>
                <mxCell id="zwA29XqZP6eOPJeiwYX6-250" value="" style="whiteSpace=wrap;html=1;aspect=fixed;" parent="zwA29XqZP6eOPJeiwYX6-349" vertex="1">
                    <mxGeometry x="20" y="263" width="20" height="20" as="geometry"/>
                </mxCell>
                <mxCell id="zwA29XqZP6eOPJeiwYX6-251" value="Object Status" style="text;html=1;whiteSpace=wrap;strokeColor=none;fillColor=none;align=left;verticalAlign=middle;rounded=0;" parent="zwA29XqZP6eOPJeiwYX6-349" vertex="1">
                    <mxGeometry x="40" y="258" width="100" height="30" as="geometry"/>
                </mxCell>
                <mxCell id="zwA29XqZP6eOPJeiwYX6-252" value="" style="whiteSpace=wrap;html=1;aspect=fixed;" parent="zwA29XqZP6eOPJeiwYX6-349" vertex="1">
                    <mxGeometry x="230" y="263" width="20" height="20" as="geometry"/>
                </mxCell>
                <mxCell id="zwA29XqZP6eOPJeiwYX6-253" value="&lt;div style=&quot;text-align: left;&quot;&gt;Object Claimset&lt;/div&gt;" style="text;html=1;whiteSpace=wrap;strokeColor=none;fillColor=none;align=right;verticalAlign=middle;rounded=0;" parent="zwA29XqZP6eOPJeiwYX6-349" vertex="1">
                    <mxGeometry x="110" y="258" width="120" height="30" as="geometry"/>
                </mxCell>
                <mxCell id="zwA29XqZP6eOPJeiwYX6-254" value="&lt;span style=&quot;font-size: 14px;&quot;&gt;&lt;b&gt;Predict Object Claimset&lt;/b&gt;&lt;/span&gt;" style="text;html=1;whiteSpace=wrap;strokeColor=none;fillColor=none;align=center;verticalAlign=middle;rounded=0;" parent="zwA29XqZP6eOPJeiwYX6-349" vertex="1">
                    <mxGeometry x="30" y="223" width="210" height="30" as="geometry"/>
                </mxCell>
                <mxCell id="zwA29XqZP6eOPJeiwYX6-255" value="" style="rounded=0;whiteSpace=wrap;html=1;" parent="zwA29XqZP6eOPJeiwYX6-349" vertex="1">
                    <mxGeometry x="340" y="145" width="190" height="145" as="geometry"/>
                </mxCell>
                <mxCell id="zwA29XqZP6eOPJeiwYX6-256" value="" style="rounded=0;whiteSpace=wrap;html=1;" parent="zwA29XqZP6eOPJeiwYX6-349" vertex="1">
                    <mxGeometry x="340" y="135" width="90" height="10" as="geometry"/>
                </mxCell>
                <mxCell id="zwA29XqZP6eOPJeiwYX6-257" value="" style="whiteSpace=wrap;html=1;aspect=fixed;" parent="zwA29XqZP6eOPJeiwYX6-349" vertex="1">
                    <mxGeometry x="330" y="190" width="20" height="20" as="geometry"/>
                </mxCell>
                <mxCell id="zwA29XqZP6eOPJeiwYX6-258" value="Ego Claimset" style="text;html=1;whiteSpace=wrap;strokeColor=none;fillColor=none;align=left;verticalAlign=middle;rounded=0;" parent="zwA29XqZP6eOPJeiwYX6-349" vertex="1">
                    <mxGeometry x="350" y="185" width="100" height="30" as="geometry"/>
                </mxCell>
                <mxCell id="zwA29XqZP6eOPJeiwYX6-259" value="" style="whiteSpace=wrap;html=1;aspect=fixed;" parent="zwA29XqZP6eOPJeiwYX6-349" vertex="1">
                    <mxGeometry x="520" y="220" width="20" height="20" as="geometry"/>
                </mxCell>
                <mxCell id="zwA29XqZP6eOPJeiwYX6-260" value="&lt;div style=&quot;text-align: left;&quot;&gt;Is Danger&lt;/div&gt;" style="text;html=1;whiteSpace=wrap;strokeColor=none;fillColor=none;align=right;verticalAlign=middle;rounded=0;" parent="zwA29XqZP6eOPJeiwYX6-349" vertex="1">
                    <mxGeometry x="400" y="215" width="120" height="30" as="geometry"/>
                </mxCell>
                <mxCell id="zwA29XqZP6eOPJeiwYX6-261" value="&lt;span style=&quot;font-size: 14px;&quot;&gt;&lt;b&gt;Danger Check&lt;/b&gt;&lt;/span&gt;" style="text;html=1;whiteSpace=wrap;strokeColor=none;fillColor=none;align=center;verticalAlign=middle;rounded=0;" parent="zwA29XqZP6eOPJeiwYX6-349" vertex="1">
                    <mxGeometry x="340" y="150" width="190" height="30" as="geometry"/>
                </mxCell>
                <mxCell id="zwA29XqZP6eOPJeiwYX6-262" value="" style="whiteSpace=wrap;html=1;aspect=fixed;" parent="zwA29XqZP6eOPJeiwYX6-349" vertex="1">
                    <mxGeometry x="330" y="245" width="20" height="20" as="geometry"/>
                </mxCell>
                <mxCell id="zwA29XqZP6eOPJeiwYX6-263" value="Object Claimset" style="text;html=1;whiteSpace=wrap;strokeColor=none;fillColor=none;align=left;verticalAlign=middle;rounded=0;" parent="zwA29XqZP6eOPJeiwYX6-349" vertex="1">
                    <mxGeometry x="350" y="240" width="100" height="30" as="geometry"/>
                </mxCell>
                <mxCell id="zwA29XqZP6eOPJeiwYX6-411" value="" style="endArrow=classic;html=1;rounded=0;exitX=1;exitY=0.5;exitDx=0;exitDy=0;entryX=0;entryY=0.5;entryDx=0;entryDy=0;" parent="zwA29XqZP6eOPJeiwYX6-349" source="zwA29XqZP6eOPJeiwYX6-243" target="zwA29XqZP6eOPJeiwYX6-257" edge="1">
                    <mxGeometry width="50" height="50" relative="1" as="geometry">
                        <mxPoint x="270" y="225" as="sourcePoint"/>
                        <mxPoint x="320" y="175" as="targetPoint"/>
                        <Array as="points">
                            <mxPoint x="290" y="125"/>
                            <mxPoint x="290" y="200"/>
                        </Array>
                    </mxGeometry>
                </mxCell>
                <mxCell id="zwA29XqZP6eOPJeiwYX6-412" value="" style="endArrow=classic;html=1;rounded=0;exitX=1;exitY=0.5;exitDx=0;exitDy=0;entryX=0;entryY=0.5;entryDx=0;entryDy=0;" parent="zwA29XqZP6eOPJeiwYX6-349" source="zwA29XqZP6eOPJeiwYX6-252" target="zwA29XqZP6eOPJeiwYX6-262" edge="1">
                    <mxGeometry width="50" height="50" relative="1" as="geometry">
                        <mxPoint x="270" y="225" as="sourcePoint"/>
                        <mxPoint x="320" y="175" as="targetPoint"/>
                        <Array as="points">
                            <mxPoint x="290" y="273"/>
                            <mxPoint x="290" y="255"/>
                        </Array>
                    </mxGeometry>
                </mxCell>
                <mxCell id="zwA29XqZP6eOPJeiwYX6-282" value="" style="group" parent="zwA29XqZP6eOPJeiwYX6-371" connectable="0" vertex="1">
                    <mxGeometry x="790" y="135" width="300" height="190" as="geometry"/>
                </mxCell>
                <mxCell id="zwA29XqZP6eOPJeiwYX6-192" value="" style="rounded=0;whiteSpace=wrap;html=1;" parent="zwA29XqZP6eOPJeiwYX6-282" vertex="1">
                    <mxGeometry x="10" y="10" width="240" height="180" as="geometry"/>
                </mxCell>
                <mxCell id="zwA29XqZP6eOPJeiwYX6-193" value="" style="rounded=0;whiteSpace=wrap;html=1;" parent="zwA29XqZP6eOPJeiwYX6-282" vertex="1">
                    <mxGeometry x="10" width="90" height="10" as="geometry"/>
                </mxCell>
                <mxCell id="zwA29XqZP6eOPJeiwYX6-194" value="" style="whiteSpace=wrap;html=1;aspect=fixed;" parent="zwA29XqZP6eOPJeiwYX6-282" vertex="1">
                    <mxGeometry y="55" width="20" height="20" as="geometry"/>
                </mxCell>
                <mxCell id="zwA29XqZP6eOPJeiwYX6-195" value="Global Lane Infor" style="text;html=1;whiteSpace=wrap;strokeColor=none;fillColor=none;align=left;verticalAlign=middle;rounded=0;" parent="zwA29XqZP6eOPJeiwYX6-282" vertex="1">
                    <mxGeometry x="20" y="50" width="100" height="30" as="geometry"/>
                </mxCell>
                <mxCell id="zwA29XqZP6eOPJeiwYX6-196" value="" style="whiteSpace=wrap;html=1;aspect=fixed;" parent="zwA29XqZP6eOPJeiwYX6-282" vertex="1">
                    <mxGeometry x="240" y="105" width="20" height="20" as="geometry"/>
                </mxCell>
                <mxCell id="zwA29XqZP6eOPJeiwYX6-197" value="&lt;div style=&quot;text-align: left;&quot;&gt;Planning Path&lt;/div&gt;" style="text;html=1;whiteSpace=wrap;strokeColor=none;fillColor=none;align=right;verticalAlign=middle;rounded=0;" parent="zwA29XqZP6eOPJeiwYX6-282" vertex="1">
                    <mxGeometry x="120" y="100" width="120" height="30" as="geometry"/>
                </mxCell>
                <mxCell id="zwA29XqZP6eOPJeiwYX6-198" value="&lt;span style=&quot;font-size: 14px;&quot;&gt;&lt;b&gt;Trajectory Generator&lt;/b&gt;&lt;/span&gt;" style="text;html=1;whiteSpace=wrap;strokeColor=none;fillColor=none;align=center;verticalAlign=middle;rounded=0;" parent="zwA29XqZP6eOPJeiwYX6-282" vertex="1">
                    <mxGeometry x="10" y="15" width="240" height="30" as="geometry"/>
                </mxCell>
                <mxCell id="zwA29XqZP6eOPJeiwYX6-199" value="" style="whiteSpace=wrap;html=1;aspect=fixed;" parent="zwA29XqZP6eOPJeiwYX6-282" vertex="1">
                    <mxGeometry y="105" width="20" height="20" as="geometry"/>
                </mxCell>
                <mxCell id="zwA29XqZP6eOPJeiwYX6-200" value="Tracking Results" style="text;html=1;whiteSpace=wrap;strokeColor=none;fillColor=none;align=left;verticalAlign=middle;rounded=0;" parent="zwA29XqZP6eOPJeiwYX6-282" vertex="1">
                    <mxGeometry x="20" y="100" width="100" height="30" as="geometry"/>
                </mxCell>
                <mxCell id="zwA29XqZP6eOPJeiwYX6-280" value="" style="whiteSpace=wrap;html=1;aspect=fixed;" parent="zwA29XqZP6eOPJeiwYX6-282" vertex="1">
                    <mxGeometry y="155" width="20" height="20" as="geometry"/>
                </mxCell>
                <mxCell id="zwA29XqZP6eOPJeiwYX6-281" value="Danger Check" style="text;html=1;whiteSpace=wrap;strokeColor=none;fillColor=none;align=left;verticalAlign=middle;rounded=0;" parent="zwA29XqZP6eOPJeiwYX6-282" vertex="1">
                    <mxGeometry x="20" y="150" width="100" height="30" as="geometry"/>
                </mxCell>
                <mxCell id="X4AOR_93v3K9nxn3Lkd5-65" value="&lt;b&gt;&lt;font style=&quot;color: rgb(204, 0, 0);&quot;&gt;State Machine&lt;/font&gt;&lt;/b&gt;" style="text;html=1;whiteSpace=wrap;strokeColor=none;fillColor=none;align=center;verticalAlign=middle;rounded=0;" parent="zwA29XqZP6eOPJeiwYX6-282" vertex="1">
                    <mxGeometry x="110" y="-15" width="100" height="30" as="geometry"/>
                </mxCell>
                <mxCell id="zwA29XqZP6eOPJeiwYX6-413" value="" style="endArrow=classic;html=1;rounded=0;exitX=1;exitY=0.5;exitDx=0;exitDy=0;entryX=0;entryY=0.5;entryDx=0;entryDy=0;" parent="zwA29XqZP6eOPJeiwYX6-371" source="zwA29XqZP6eOPJeiwYX6-259" target="zwA29XqZP6eOPJeiwYX6-280" edge="1">
                    <mxGeometry width="50" height="50" relative="1" as="geometry">
                        <mxPoint x="650" y="295" as="sourcePoint"/>
                        <mxPoint x="700" y="245" as="targetPoint"/>
                    </mxGeometry>
                </mxCell>
                <mxCell id="zwA29XqZP6eOPJeiwYX6-374" value="&lt;b&gt;&lt;font style=&quot;font-size: 60px;&quot;&gt;BRAIN&lt;/font&gt;&lt;/b&gt;" style="text;html=1;whiteSpace=wrap;strokeColor=none;fillColor=none;align=center;verticalAlign=middle;rounded=0;fontSize=40;" parent="1" vertex="1">
                    <mxGeometry x="-2440" y="30" width="3470" height="70" as="geometry"/>
                </mxCell>
                <mxCell id="zwA29XqZP6eOPJeiwYX6-375" value="" style="rounded=1;whiteSpace=wrap;html=1;dashed=1;arcSize=5;" parent="1" vertex="1">
                    <mxGeometry x="-3320" y="10" width="700" height="995" as="geometry"/>
                </mxCell>
                <mxCell id="zwA29XqZP6eOPJeiwYX6-376" value="&lt;span style=&quot;font-size: 60px;&quot;&gt;&lt;b&gt;EXTERNAL SENSORS&lt;/b&gt;&lt;/span&gt;" style="text;html=1;whiteSpace=wrap;strokeColor=none;fillColor=none;align=center;verticalAlign=middle;rounded=0;fontSize=40;" parent="1" vertex="1">
                    <mxGeometry x="-3320" y="30" width="700" height="70" as="geometry"/>
                </mxCell>
                <mxCell id="zwA29XqZP6eOPJeiwYX6-377" value="" style="rounded=1;whiteSpace=wrap;html=1;dashed=1;arcSize=5;" parent="1" vertex="1">
                    <mxGeometry x="1100" y="10" width="440" height="995" as="geometry"/>
                </mxCell>
                <mxCell id="zwA29XqZP6eOPJeiwYX6-378" value="&lt;span style=&quot;font-size: 60px;&quot;&gt;&lt;b&gt;ACTUATOR&lt;/b&gt;&lt;/span&gt;" style="text;html=1;whiteSpace=wrap;strokeColor=none;fillColor=none;align=center;verticalAlign=middle;rounded=0;fontSize=40;" parent="1" vertex="1">
                    <mxGeometry x="1110" y="30" width="420" height="70" as="geometry"/>
                </mxCell>
                <mxCell id="zwA29XqZP6eOPJeiwYX6-380" value="" style="endArrow=classic;html=1;rounded=0;exitX=1;exitY=0.5;exitDx=0;exitDy=0;entryX=0;entryY=0.5;entryDx=0;entryDy=0;" parent="1" source="zwA29XqZP6eOPJeiwYX6-54" target="zwA29XqZP6eOPJeiwYX6-21" edge="1">
                    <mxGeometry width="50" height="50" relative="1" as="geometry">
                        <mxPoint x="-2110" y="440" as="sourcePoint"/>
                        <mxPoint x="-2060" y="390" as="targetPoint"/>
                        <Array as="points">
                            <mxPoint x="-2060" y="400"/>
                            <mxPoint x="-2060" y="340"/>
                        </Array>
                    </mxGeometry>
                </mxCell>
                <mxCell id="zwA29XqZP6eOPJeiwYX6-381" value="" style="endArrow=classic;html=1;rounded=0;exitX=1;exitY=0.5;exitDx=0;exitDy=0;entryX=0;entryY=0.5;entryDx=0;entryDy=0;" parent="1" source="zwA29XqZP6eOPJeiwYX6-54" target="zwA29XqZP6eOPJeiwYX6-37" edge="1">
                    <mxGeometry width="50" height="50" relative="1" as="geometry">
                        <mxPoint x="-2110" y="440" as="sourcePoint"/>
                        <mxPoint x="-2060" y="390" as="targetPoint"/>
                        <Array as="points">
                            <mxPoint x="-2060" y="400"/>
                            <mxPoint x="-2060" y="470"/>
                        </Array>
                    </mxGeometry>
                </mxCell>
                <mxCell id="zwA29XqZP6eOPJeiwYX6-382" value="" style="endArrow=classic;html=1;rounded=0;exitX=1;exitY=0.5;exitDx=0;exitDy=0;entryX=0;entryY=0.5;entryDx=0;entryDy=0;" parent="1" source="zwA29XqZP6eOPJeiwYX6-23" target="zwA29XqZP6eOPJeiwYX6-60" edge="1">
                    <mxGeometry width="50" height="50" relative="1" as="geometry">
                        <mxPoint x="-1750" y="440" as="sourcePoint"/>
                        <mxPoint x="-1700" y="390" as="targetPoint"/>
                        <Array as="points">
                            <mxPoint x="-1740" y="340"/>
                            <mxPoint x="-1740" y="375"/>
                        </Array>
                    </mxGeometry>
                </mxCell>
                <mxCell id="zwA29XqZP6eOPJeiwYX6-383" value="" style="endArrow=classic;html=1;rounded=0;exitX=1;exitY=0.5;exitDx=0;exitDy=0;entryX=0;entryY=0.5;entryDx=0;entryDy=0;" parent="1" source="zwA29XqZP6eOPJeiwYX6-39" target="zwA29XqZP6eOPJeiwYX6-65" edge="1">
                    <mxGeometry width="50" height="50" relative="1" as="geometry">
                        <mxPoint x="-1750" y="440" as="sourcePoint"/>
                        <mxPoint x="-1700" y="390" as="targetPoint"/>
                        <Array as="points">
                            <mxPoint x="-1740" y="470"/>
                            <mxPoint x="-1740" y="425"/>
                        </Array>
                    </mxGeometry>
                </mxCell>
                <mxCell id="zwA29XqZP6eOPJeiwYX6-384" value="" style="endArrow=classic;html=1;rounded=0;exitX=1;exitY=0.5;exitDx=0;exitDy=0;entryX=0;entryY=0.5;entryDx=0;entryDy=0;" parent="1" source="zwA29XqZP6eOPJeiwYX6-75" target="zwA29XqZP6eOPJeiwYX6-170" edge="1">
                    <mxGeometry width="50" height="50" relative="1" as="geometry">
                        <mxPoint x="-1730" y="580" as="sourcePoint"/>
                        <mxPoint x="-1680" y="530" as="targetPoint"/>
                    </mxGeometry>
                </mxCell>
                <mxCell id="zwA29XqZP6eOPJeiwYX6-385" value="" style="endArrow=classic;html=1;rounded=0;exitX=1;exitY=0.5;exitDx=0;exitDy=0;entryX=0;entryY=0.5;entryDx=0;entryDy=0;" parent="1" source="zwA29XqZP6eOPJeiwYX6-360" target="zwA29XqZP6eOPJeiwYX6-175" edge="1">
                    <mxGeometry width="50" height="50" relative="1" as="geometry">
                        <mxPoint x="-2010" y="641" as="sourcePoint"/>
                        <mxPoint x="-1570" y="640" as="targetPoint"/>
                        <Array as="points">
                            <mxPoint x="-1980" y="750"/>
                            <mxPoint x="-1980" y="670"/>
                        </Array>
                    </mxGeometry>
                </mxCell>
                <mxCell id="zwA29XqZP6eOPJeiwYX6-386" value="" style="endArrow=classic;html=1;rounded=0;exitX=1;exitY=0.5;exitDx=0;exitDy=0;entryX=0;entryY=0.5;entryDx=0;entryDy=0;" parent="1" source="zwA29XqZP6eOPJeiwYX6-67" target="zwA29XqZP6eOPJeiwYX6-115" edge="1">
                    <mxGeometry width="50" height="50" relative="1" as="geometry">
                        <mxPoint x="-1390" y="490" as="sourcePoint"/>
                        <mxPoint x="-1340" y="440" as="targetPoint"/>
                    </mxGeometry>
                </mxCell>
                <mxCell id="zwA29XqZP6eOPJeiwYX6-404" value="" style="endArrow=classic;html=1;rounded=0;exitX=1;exitY=0.5;exitDx=0;exitDy=0;entryX=0;entryY=0.5;entryDx=0;entryDy=0;" parent="1" source="zwA29XqZP6eOPJeiwYX6-172" target="zwA29XqZP6eOPJeiwYX6-148" edge="1">
                    <mxGeometry width="50" height="50" relative="1" as="geometry">
                        <mxPoint x="-1360" y="490" as="sourcePoint"/>
                        <mxPoint x="-1250" y="490" as="targetPoint"/>
                        <Array as="points">
                            <mxPoint x="-1370" y="644"/>
                            <mxPoint x="-1370" y="615"/>
                        </Array>
                    </mxGeometry>
                </mxCell>
                <mxCell id="zwA29XqZP6eOPJeiwYX6-405" value="" style="endArrow=classic;html=1;rounded=0;exitX=1;exitY=0.5;exitDx=0;exitDy=0;entryX=0;entryY=0.5;entryDx=0;entryDy=0;" parent="1" source="zwA29XqZP6eOPJeiwYX6-172" target="zwA29XqZP6eOPJeiwYX6-120" edge="1">
                    <mxGeometry width="50" height="50" relative="1" as="geometry">
                        <mxPoint x="-1440" y="600" as="sourcePoint"/>
                        <mxPoint x="-1390" y="550" as="targetPoint"/>
                        <Array as="points">
                            <mxPoint x="-1370" y="644"/>
                            <mxPoint x="-1370" y="485"/>
                        </Array>
                    </mxGeometry>
                </mxCell>
                <mxCell id="zwA29XqZP6eOPJeiwYX6-406" value="" style="endArrow=classic;html=1;rounded=0;exitX=1;exitY=0.5;exitDx=0;exitDy=0;entryX=0;entryY=0.5;entryDx=0;entryDy=0;" parent="1" source="zwA29XqZP6eOPJeiwYX6-117" target="zwA29XqZP6eOPJeiwYX6-158" edge="1">
                    <mxGeometry width="50" height="50" relative="1" as="geometry">
                        <mxPoint x="-1210" y="500" as="sourcePoint"/>
                        <mxPoint x="-1100" y="500" as="targetPoint"/>
                        <Array as="points">
                            <mxPoint x="-1030" y="460"/>
                            <mxPoint x="-1030" y="515"/>
                        </Array>
                    </mxGeometry>
                </mxCell>
                <mxCell id="zwA29XqZP6eOPJeiwYX6-408" value="" style="endArrow=classic;html=1;rounded=0;exitX=1;exitY=0.5;exitDx=0;exitDy=0;entryX=0;entryY=0.5;entryDx=0;entryDy=0;" parent="1" source="zwA29XqZP6eOPJeiwYX6-150" target="zwA29XqZP6eOPJeiwYX6-163" edge="1">
                    <mxGeometry width="50" height="50" relative="1" as="geometry">
                        <mxPoint x="-1050" y="610" as="sourcePoint"/>
                        <mxPoint x="-1000" y="560" as="targetPoint"/>
                        <Array as="points">
                            <mxPoint x="-1030" y="650"/>
                            <mxPoint x="-1030" y="575"/>
                        </Array>
                    </mxGeometry>
                </mxCell>
                <mxCell id="zwA29XqZP6eOPJeiwYX6-409" value="" style="endArrow=classic;html=1;rounded=0;entryX=0;entryY=0.5;entryDx=0;entryDy=0;exitX=1;exitY=0.5;exitDx=0;exitDy=0;" parent="1" source="zwA29XqZP6eOPJeiwYX6-160" target="zwA29XqZP6eOPJeiwYX6-241" edge="1">
                    <mxGeometry width="50" height="50" relative="1" as="geometry">
                        <mxPoint x="-850" y="570" as="sourcePoint"/>
                        <mxPoint x="-800" y="520" as="targetPoint"/>
                        <Array as="points">
                            <mxPoint x="-630" y="548"/>
                            <mxPoint x="-630" y="400"/>
                        </Array>
                    </mxGeometry>
                </mxCell>
                <mxCell id="zwA29XqZP6eOPJeiwYX6-410" value="" style="endArrow=classic;html=1;rounded=0;exitX=1;exitY=0.5;exitDx=0;exitDy=0;entryX=0;entryY=0.5;entryDx=0;entryDy=0;" parent="1" source="zwA29XqZP6eOPJeiwYX6-160" target="zwA29XqZP6eOPJeiwYX6-250" edge="1">
                    <mxGeometry width="50" height="50" relative="1" as="geometry">
                        <mxPoint x="-680" y="560" as="sourcePoint"/>
                        <mxPoint x="-630" y="510" as="targetPoint"/>
                    </mxGeometry>
                </mxCell>
                <mxCell id="zwA29XqZP6eOPJeiwYX6-414" value="" style="endArrow=classic;html=1;rounded=0;exitX=1;exitY=0.5;exitDx=0;exitDy=0;entryX=0;entryY=0.5;entryDx=0;entryDy=0;" parent="1" source="zwA29XqZP6eOPJeiwYX6-196" target="zwA29XqZP6eOPJeiwYX6-339" edge="1">
                    <mxGeometry width="50" height="50" relative="1" as="geometry">
                        <mxPoint x="570" y="470" as="sourcePoint"/>
                        <mxPoint x="620" y="420" as="targetPoint"/>
                        <Array as="points">
                            <mxPoint x="560" y="455"/>
                            <mxPoint x="560" y="428"/>
                        </Array>
                    </mxGeometry>
                </mxCell>
                <mxCell id="zwA29XqZP6eOPJeiwYX6-415" value="" style="endArrow=classic;html=1;rounded=0;exitX=1;exitY=0.5;exitDx=0;exitDy=0;entryX=0;entryY=0.5;entryDx=0;entryDy=0;" parent="1" source="zwA29XqZP6eOPJeiwYX6-160" target="zwA29XqZP6eOPJeiwYX6-344" edge="1">
                    <mxGeometry width="50" height="50" relative="1" as="geometry">
                        <mxPoint x="-270" y="880" as="sourcePoint"/>
                        <mxPoint x="-220" y="830" as="targetPoint"/>
                        <Array as="points">
                            <mxPoint x="-630" y="548"/>
                            <mxPoint x="-630" y="730"/>
                            <mxPoint x="560" y="720"/>
                            <mxPoint x="560" y="478"/>
                        </Array>
                    </mxGeometry>
                </mxCell>
-                 <mxCell id="X4AOR_93v3K9nxn3Lkd5-1" value="&lt;font style=&quot;font-size: 50px;&quot;&gt;Component Diagram&lt;/font&gt;" style="text;html=1;whiteSpace=wrap;strokeColor=none;fillColor=none;align=center;verticalAlign=middle;rounded=0;" parent="1" vertex="1">
-                     <mxGeometry x="-1170" y="1060" width="580" height="60" as="geometry"/>
-                 </mxCell>
-                 <mxCell id="X4AOR_93v3K9nxn3Lkd5-2" value="&lt;font style=&quot;font-size: 50px;&quot;&gt;Sequence Diagram&lt;/font&gt;" style="text;html=1;whiteSpace=wrap;strokeColor=none;fillColor=none;align=center;verticalAlign=middle;rounded=0;" parent="1" vertex="1">
-                     <mxGeometry x="-570" y="1060" width="580" height="60" as="geometry"/>
-                 </mxCell>
-                 <mxCell id="X4AOR_93v3K9nxn3Lkd5-3" value="&lt;font style=&quot;font-size: 50px;&quot;&gt;Flow Chart&lt;/font&gt;" style="text;html=1;whiteSpace=wrap;strokeColor=none;fillColor=none;align=center;verticalAlign=middle;rounded=0;" parent="1" vertex="1">
-                     <mxGeometry x="40" y="1060" width="580" height="60" as="geometry"/>
-                 </mxCell>
                <mxCell id="X4AOR_93v3K9nxn3Lkd5-4" value="&lt;b&gt;&lt;font style=&quot;font-size: 30px;&quot;&gt;Camera&lt;/font&gt;&lt;/b&gt;" style="rounded=1;whiteSpace=wrap;html=1;" parent="1" vertex="1">
                    <mxGeometry x="-3130" y="170" width="250" height="60" as="geometry"/>
                </mxCell>
                <mxCell id="X4AOR_93v3K9nxn3Lkd5-5" value="&lt;b&gt;&lt;font style=&quot;font-size: 30px;&quot;&gt;IMU&lt;/font&gt;&lt;/b&gt;" style="rounded=1;whiteSpace=wrap;html=1;" parent="1" vertex="1">
                    <mxGeometry x="-3130" y="290" width="250" height="60" as="geometry"/>
                </mxCell>
                <mxCell id="X4AOR_93v3K9nxn3Lkd5-6" value="&lt;span style=&quot;font-size: 30px;&quot;&gt;&lt;b&gt;Speed Odom&lt;/b&gt;&lt;/span&gt;" style="rounded=1;whiteSpace=wrap;html=1;" parent="1" vertex="1">
                    <mxGeometry x="-3130" y="433" width="250" height="60" as="geometry"/>
                </mxCell>
                <mxCell id="X4AOR_93v3K9nxn3Lkd5-7" value="&lt;span style=&quot;font-size: 30px;&quot;&gt;&lt;b&gt;GPS (Optional)&lt;/b&gt;&lt;/span&gt;" style="rounded=1;whiteSpace=wrap;html=1;" parent="1" vertex="1">
                    <mxGeometry x="-3130" y="599" width="250" height="60" as="geometry"/>
                </mxCell>
                <mxCell id="X4AOR_93v3K9nxn3Lkd5-8" value="&lt;span style=&quot;font-size: 30px;&quot;&gt;&lt;b&gt;Radar / Lidar / Ultrasonic&lt;/b&gt;&lt;/span&gt;" style="rounded=1;whiteSpace=wrap;html=1;" parent="1" vertex="1">
                    <mxGeometry x="-3205" y="760" width="400" height="60" as="geometry"/>
                </mxCell>
                <mxCell id="X4AOR_93v3K9nxn3Lkd5-71" value="Best effort / Reliable" style="text;html=1;whiteSpace=wrap;strokeColor=none;fillColor=none;align=center;verticalAlign=middle;rounded=0;" parent="1" vertex="1">
                    <mxGeometry x="-2100" y="1010" width="145" height="30" as="geometry"/>
                </mxCell>
            </root>
        </mxGraphModel>
    </diagram>
</mxfile>